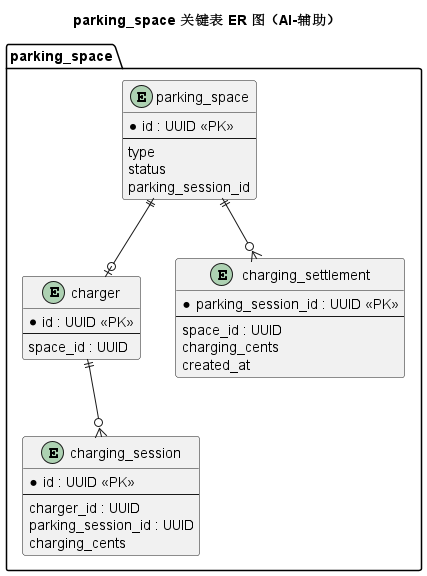
Above: models/rendered/16-service-er.png in Gindama713/UMLWORK (PlantUML), before the change.
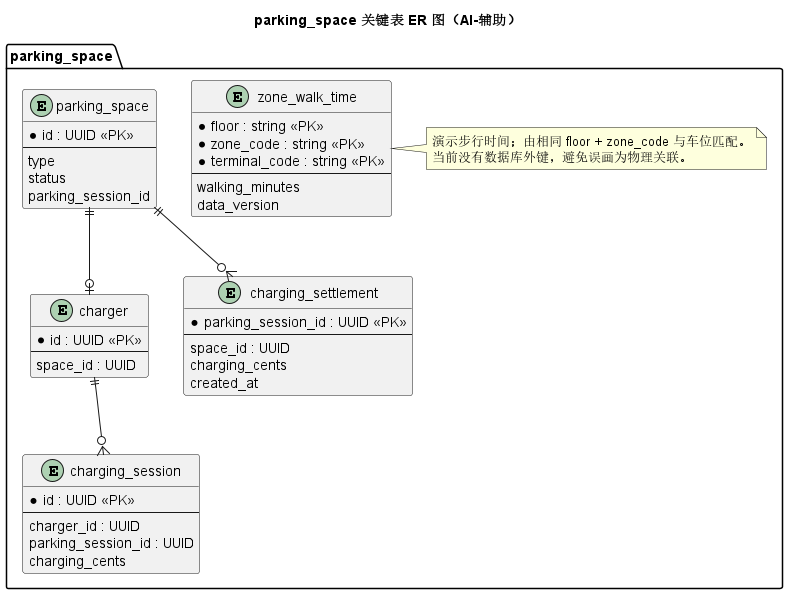
The same diagram one commit later.

The edit, as a diff of the source:
```diff
@@ -8,6 +8,14 @@
     type
     status
     parking_session_id
+  }
+  entity zone_walk_time {
+    * floor : string <<PK>>
+    * zone_code : string <<PK>>
+    * terminal_code : string <<PK>>
+    --
+    walking_minutes
+    data_version
   }
   entity charger {
     * id : UUID <<PK>>
@@ -31,5 +39,9 @@
   parking_space ||--o{ charging_settlement
   parking_space ||--o| charger
   charger ||--o{ charging_session
+  note right of zone_walk_time
+    演示步行时间；由相同 floor + zone_code 与车位匹配。
+    当前没有数据库外键，避免误画为物理关联。
+  end note
 }
 @enduml
```
